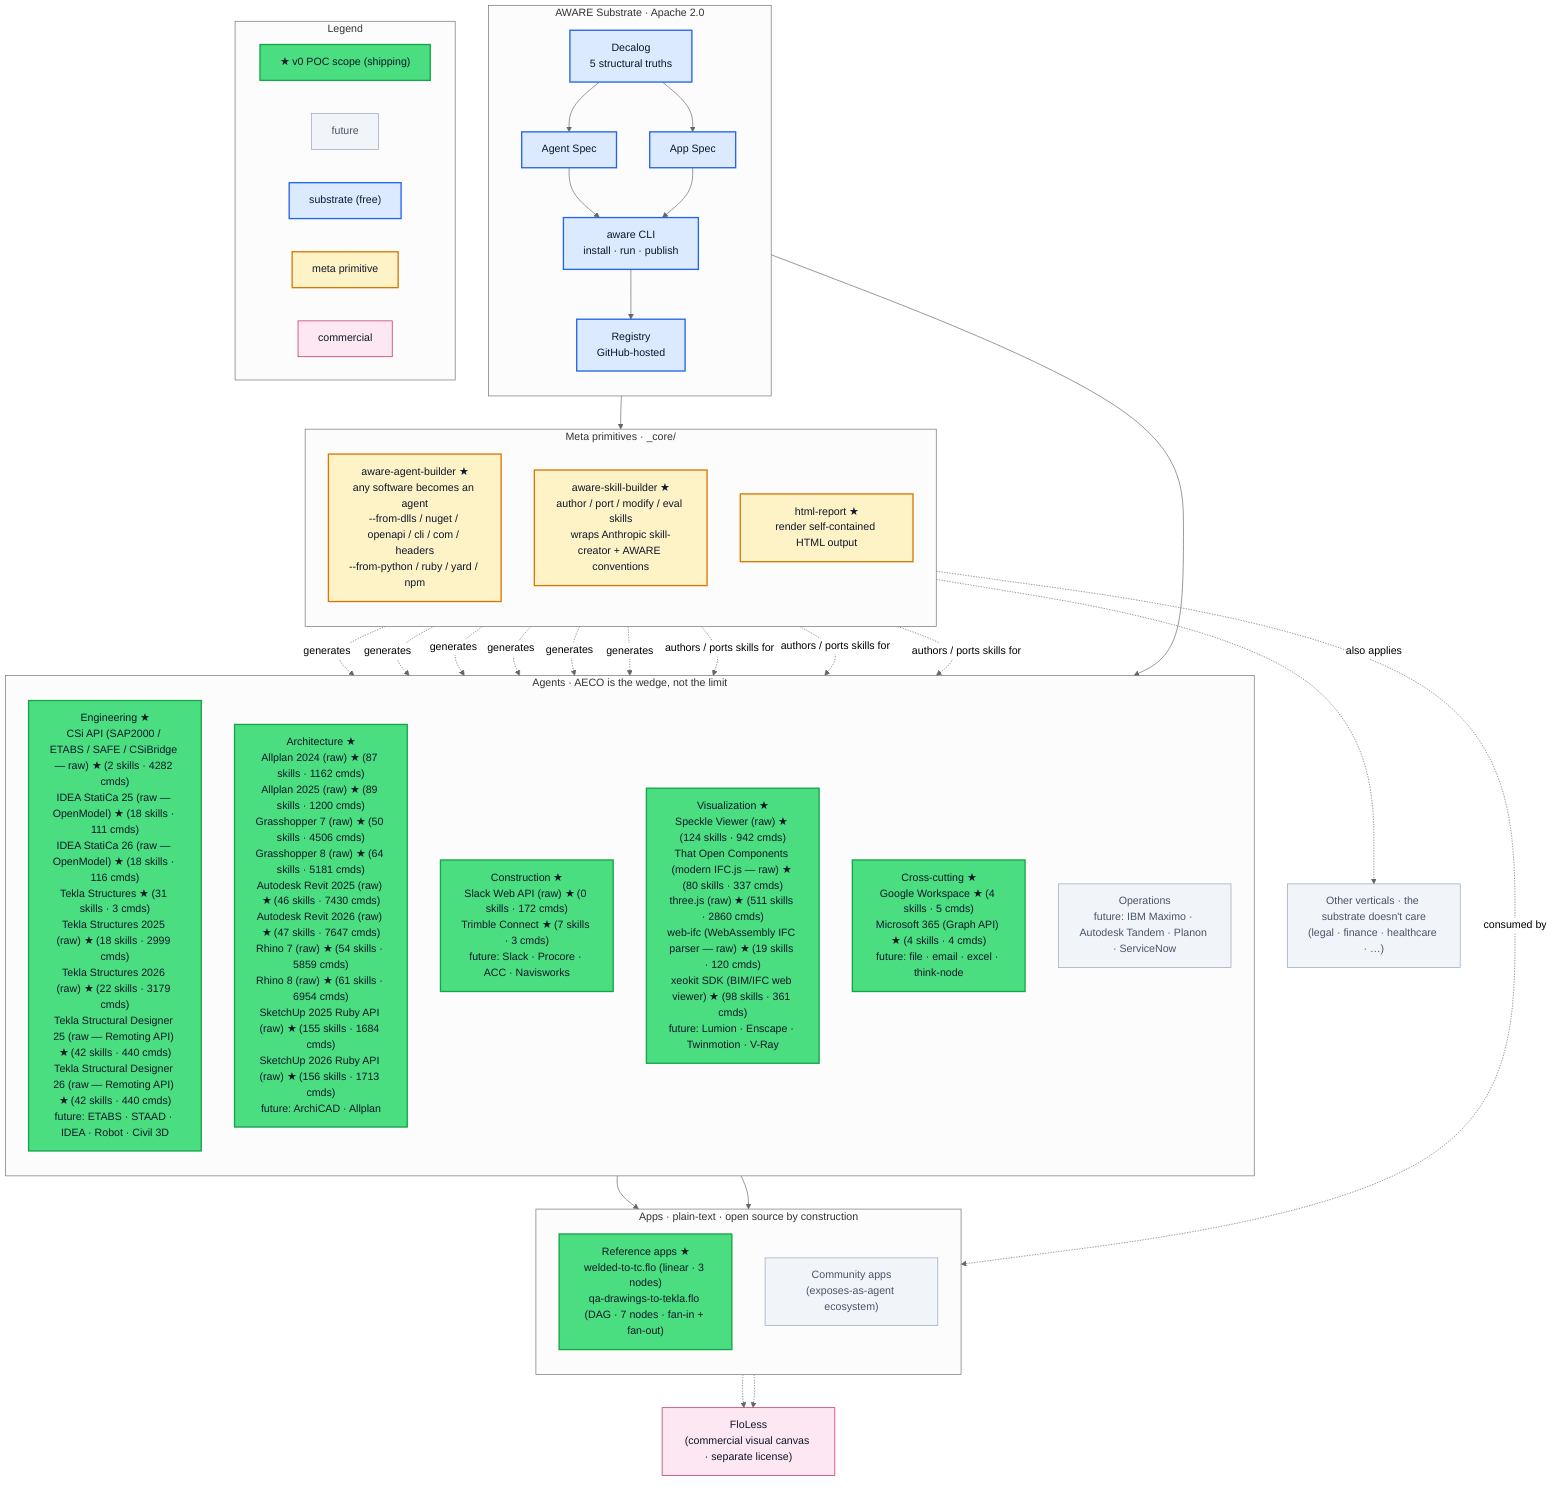
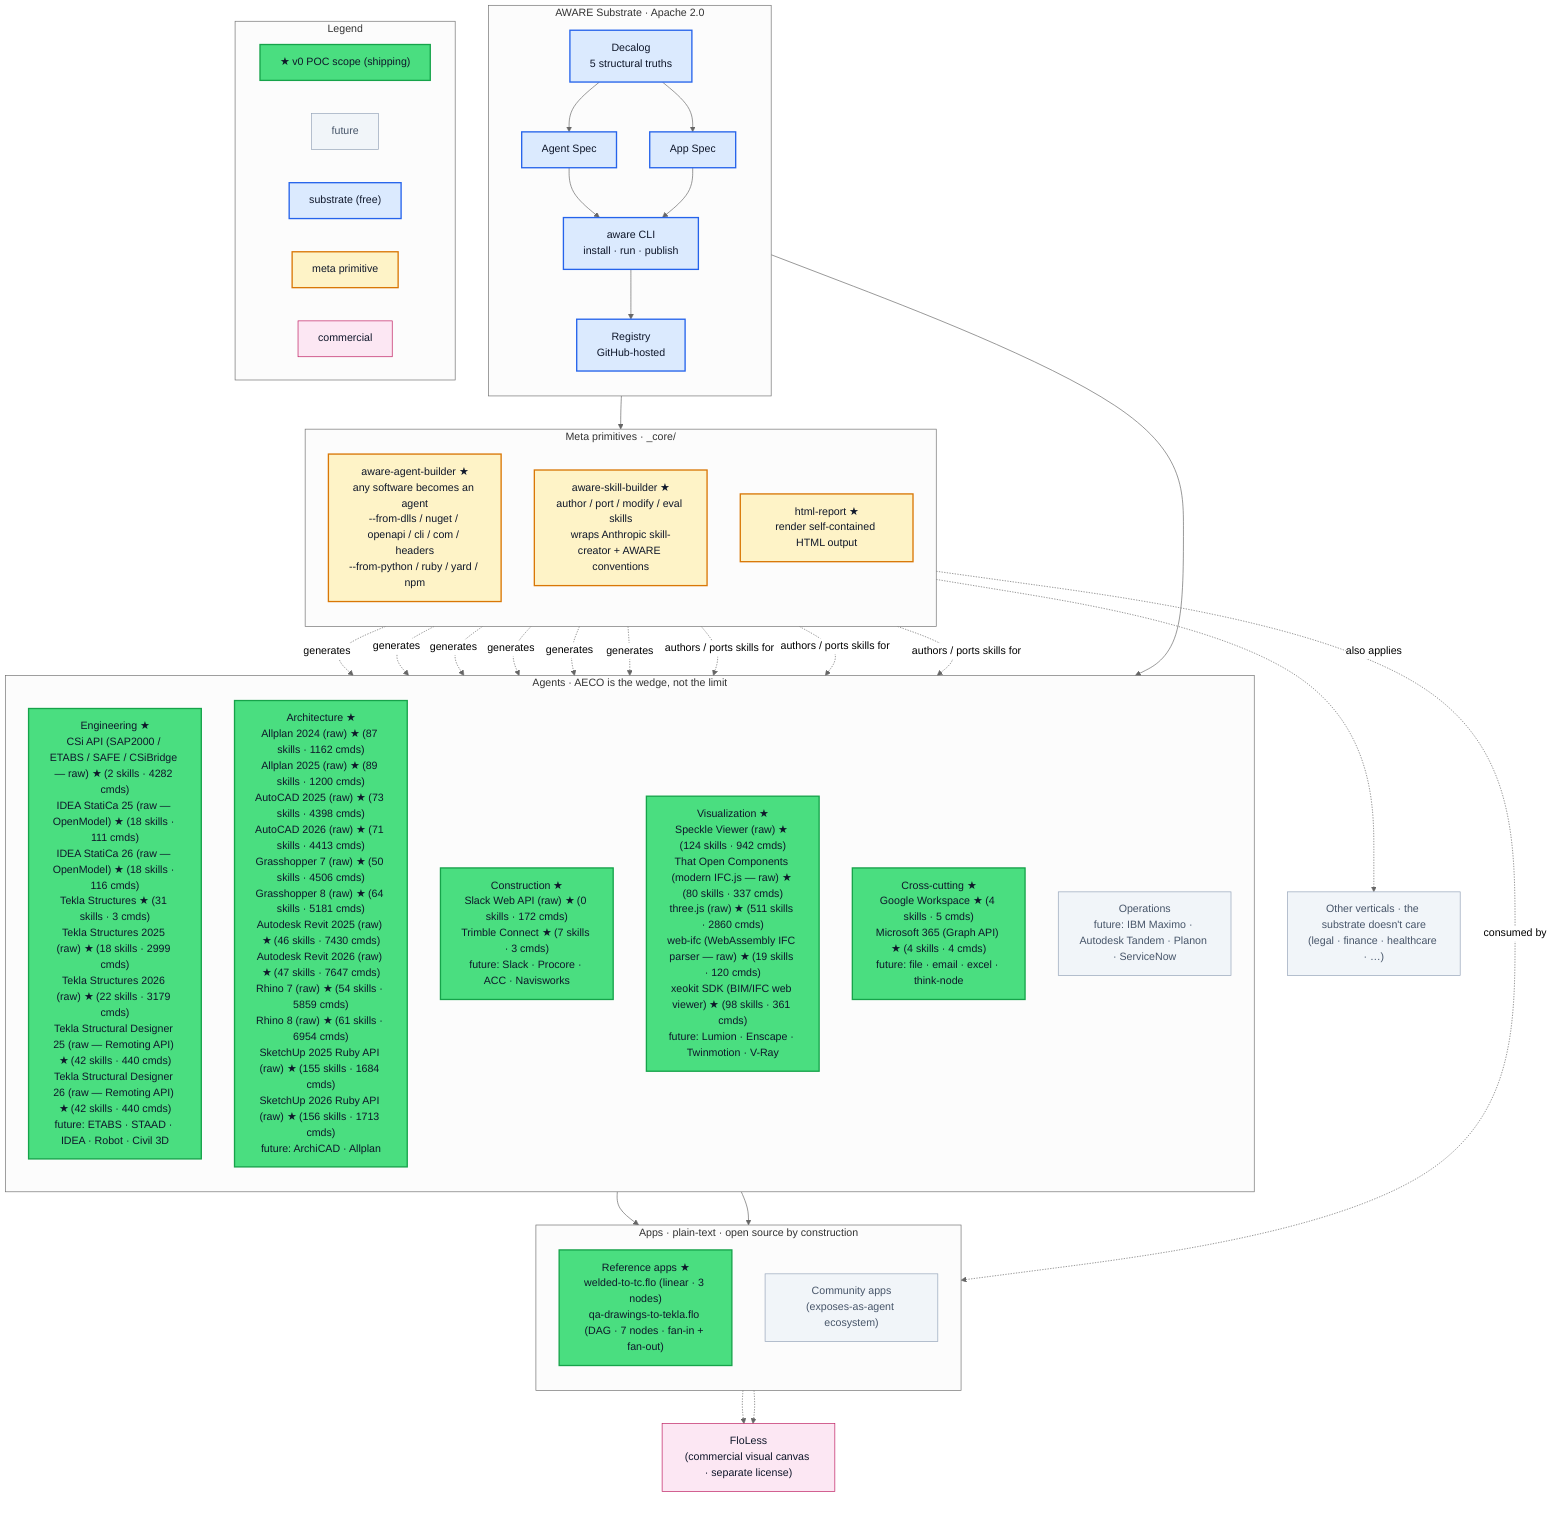
%%{init: {'theme':'neutral'}}%%
graph TB

  %% =========================================================
  %% Style classes
  %% =========================================================
  classDef poc        fill:#4ade80,stroke:#16a34a,color:#0f172a,stroke-width:2px
  classDef future     fill:#f1f5f9,stroke:#94a3b8,color:#475569
  classDef substrate  fill:#dbeafe,stroke:#2563eb,color:#0f172a,stroke-width:2px
  classDef meta       fill:#fef3c7,stroke:#d97706,color:#0f172a,stroke-width:2px
  classDef app        fill:#e0e7ff,stroke:#6366f1,color:#0f172a
  classDef commercial fill:#fce7f3,stroke:#be185d,color:#0f172a

  %% =========================================================
  %% Substrate · Apache 2.0
  %% =========================================================
  subgraph SUB["AWARE Substrate · Apache 2.0"]
    direction TB
    Decalog["Decalog<br/>5 structural truths"]:::substrate
    AgentSpec["Agent Spec"]:::substrate
    AppSpec["App Spec"]:::substrate
    CLI["aware CLI<br/>install · run · publish"]:::substrate
    Registry["Registry<br/>GitHub-hosted"]:::substrate

    Decalog --> AgentSpec
    Decalog --> AppSpec
    AgentSpec --> CLI
    AppSpec --> CLI
    CLI --> Registry
  end

  %% =========================================================
  %% Meta primitives — under _core/
  %% =========================================================
  subgraph META["Meta primitives · _core/"]
    direction TB
    Builder["aware-agent-builder ★<br/>any software becomes an agent<br/>--from-dlls / nuget / openapi / cli / com / headers<br/>--from-python / ruby / yard / npm"]:::meta
    SkillBuilder["aware-skill-builder ★<br/>author / port / modify / eval skills<br/>wraps Anthropic skill-creator + AWARE conventions"]:::meta
    HtmlReport["html-report ★<br/>render self-contained HTML output"]:::meta
  end

  %% =========================================================
  %% Agents · AECO (the wedge)
  %% =========================================================
  subgraph AGENTS["Agents · AECO is the wedge, not the limit"]
    direction TB

    %% AWARE-AUTOGEN-AGENTS-BEGIN (regenerated by `aware diagram regenerate --in-place 40-diagrams/aware-master.mmd`)
    Eng["Engineering ★<br/>CSi API (SAP2000 / ETABS / SAFE / CSiBridge — raw) ★ (2 skills · 4282 cmds)<br/>IDEA StatiCa 25 (raw — OpenModel) ★ (18 skills · 111 cmds)<br/>IDEA StatiCa 26 (raw — OpenModel) ★ (18 skills · 116 cmds)<br/>Tekla Structures ★ (31 skills · 3 cmds)<br/>Tekla Structures 2025 (raw) ★ (18 skills · 2999 cmds)<br/>Tekla Structures 2026 (raw) ★ (22 skills · 3179 cmds)<br/>Tekla Structural Designer 25 (raw — Remoting API) ★ (42 skills · 440 cmds)<br/>Tekla Structural Designer 26 (raw — Remoting API) ★ (42 skills · 440 cmds)<br/>future: ETABS · STAAD · IDEA · Robot · Civil 3D"]:::poc
-     Arch["Architecture ★<br/>Allplan 2024 (raw) ★ (87 skills · 1162 cmds)<br/>Allplan 2025 (raw) ★ (89 skills · 1200 cmds)<br/>Grasshopper 7 (raw) ★ (50 skills · 4506 cmds)<br/>Grasshopper 8 (raw) ★ (64 skills · 5181 cmds)<br/>Autodesk Revit 2025 (raw) ★ (46 skills · 7430 cmds)<br/>Autodesk Revit 2026 (raw) ★ (47 skills · 7647 cmds)<br/>Rhino 7 (raw) ★ (54 skills · 5859 cmds)<br/>Rhino 8 (raw) ★ (61 skills · 6954 cmds)<br/>SketchUp 2025 Ruby API (raw) ★ (155 skills · 1684 cmds)<br/>SketchUp 2026 Ruby API (raw) ★ (156 skills · 1713 cmds)<br/>future: ArchiCAD · Allplan"]:::poc
+     Arch["Architecture ★<br/>Allplan 2024 (raw) ★ (87 skills · 1162 cmds)<br/>Allplan 2025 (raw) ★ (89 skills · 1200 cmds)<br/>AutoCAD 2025 (raw) ★ (73 skills · 4398 cmds)<br/>AutoCAD 2026 (raw) ★ (71 skills · 4413 cmds)<br/>Grasshopper 7 (raw) ★ (50 skills · 4506 cmds)<br/>Grasshopper 8 (raw) ★ (64 skills · 5181 cmds)<br/>Autodesk Revit 2025 (raw) ★ (46 skills · 7430 cmds)<br/>Autodesk Revit 2026 (raw) ★ (47 skills · 7647 cmds)<br/>Rhino 7 (raw) ★ (54 skills · 5859 cmds)<br/>Rhino 8 (raw) ★ (61 skills · 6954 cmds)<br/>SketchUp 2025 Ruby API (raw) ★ (155 skills · 1684 cmds)<br/>SketchUp 2026 Ruby API (raw) ★ (156 skills · 1713 cmds)<br/>future: ArchiCAD · Allplan"]:::poc
    Cons["Construction ★<br/>Slack Web API (raw) ★ (0 skills · 172 cmds)<br/>Trimble Connect ★ (7 skills · 3 cmds)<br/>future: Slack · Procore · ACC · Navisworks"]:::poc
    Viz["Visualization ★<br/>Speckle Viewer (raw) ★ (124 skills · 942 cmds)<br/>That Open Components (modern IFC.js — raw) ★ (80 skills · 337 cmds)<br/>three.js (raw) ★ (511 skills · 2860 cmds)<br/>web-ifc (WebAssembly IFC parser — raw) ★ (19 skills · 120 cmds)<br/>xeokit SDK (BIM/IFC web viewer) ★ (98 skills · 361 cmds)<br/>future: Lumion · Enscape · Twinmotion · V-Ray"]:::poc
    Cross["Cross-cutting ★<br/>Google Workspace ★ (4 skills · 5 cmds)<br/>Microsoft 365 (Graph API) ★ (4 skills · 4 cmds)<br/>future: file · email · excel · think-node"]:::poc
    Ops["Operations<br/>future: IBM Maximo · Autodesk Tandem · Planon · ServiceNow"]:::future
%% AWARE-AUTOGEN-AGENTS-END
  end

  Other["Other verticals · the substrate doesn't care<br/>(legal · finance · healthcare · …)"]:::future

  %% =========================================================
  %% Apps · plain-text compositions
  %% =========================================================
  subgraph APPS["Apps · plain-text · open source by construction"]
    direction TB
    Refs["Reference apps ★<br/>welded-to-tc.flo (linear · 3 nodes)<br/>qa-drawings-to-tekla.flo (DAG · 7 nodes · fan-in + fan-out)"]:::poc
    Community["Community apps<br/>(exposes-as-agent ecosystem)"]:::future
  end

  %% =========================================================
  %% Commercial layer
  %% =========================================================
  FloLess["FloLess<br/>(commercial visual canvas · separate license)"]:::commercial

  %% =========================================================
  %% Wiring
  %% =========================================================
  Registry --> META
  Registry --> AGENTS

  Builder -. generates .-> Eng
  Builder -. generates .-> Cons
  Builder -. generates .-> Cross
  Builder -. generates .-> Arch
  Builder -. generates .-> Viz
  Builder -. generates .-> Ops
  Builder -. also applies .-> Other

  SkillBuilder -. authors / ports skills for .-> Eng
  SkillBuilder -. authors / ports skills for .-> Cons
  SkillBuilder -. authors / ports skills for .-> Cross

  AGENTS --> Refs
  AGENTS --> Community
  HtmlReport -. consumed by .-> Refs

  Refs -.-> FloLess
  Community -.-> FloLess

  %% =========================================================
  %% Legend
  %% =========================================================
  subgraph LEGEND["Legend"]
    direction LR
    LegPoc["★ v0 POC scope (shipping)"]:::poc
    LegFut["future"]:::future
    LegSub["substrate (free)"]:::substrate
    LegMeta["meta primitive"]:::meta
    LegComm["commercial"]:::commercial
  end
